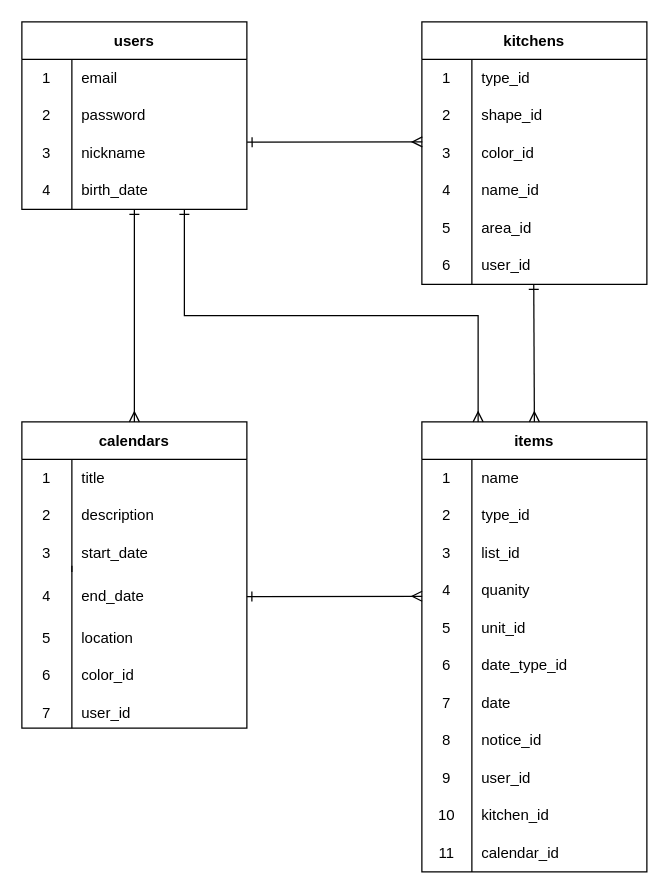
htn9sys/perpetual_kitchen keeps this draw.io diagram as ER図.dio. Above is the earlier version. Source tidied: cells renumbered, new cells numbered last; positions are measured from the earlier drawing's top-left corner, leaving out a move shared by most shapes. Both pictures are drawn from the tidied source at 125%, with x=0, y=0 at pixel (21, 21).
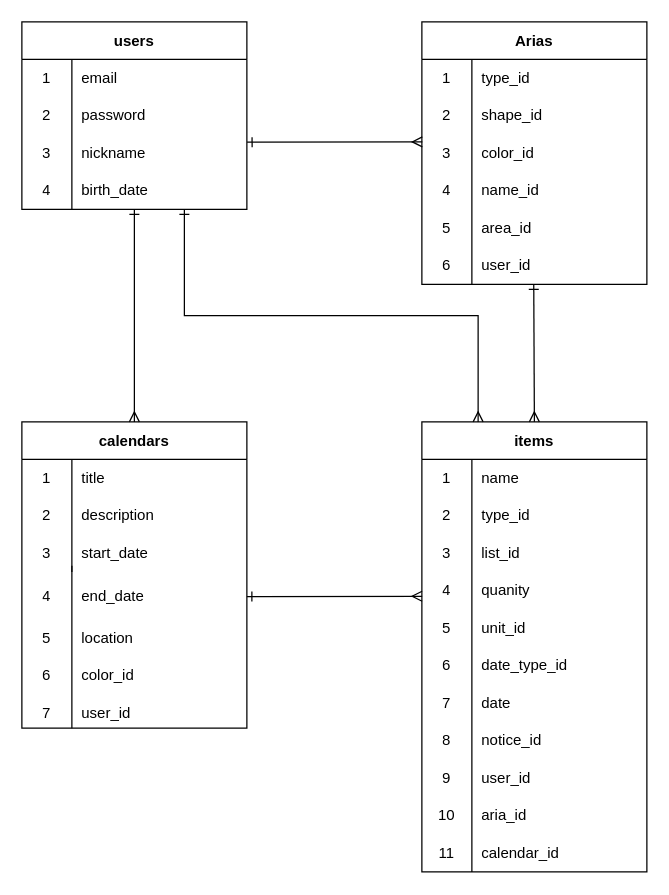
After the change.

What changed in the source:
```diff
@@
-    <mxCell id="15" value="kitchens" style="shape=table;startSize=30;childLayout=tableLayout;rowLines=0;fontStyle=1;strokeWidth=1;" parent="1" vertex="1">
+    <mxCell id="15" value="Arias" style="shape=table;startSize=30;childLayout=tableLayout;rowLines=0;fontStyle=1;strokeWidth=1;" parent="1" vertex="1">
       <mxGeometry x="320" width="180" height="210" as="geometry" />
     </mxCell>
@@
-    <mxCell id="78" value="kitchen_id" style="shape=partialRectangle;html=1;whiteSpace=wrap;fillColor=none;top=0;left=0;bottom=0;right=0;align=left;spacingLeft=6;overflow=hidden;strokeWidth=1;" parent="1" vertex="1">
+    <mxCell id="78" value="aria_id" style="shape=partialRectangle;html=1;whiteSpace=wrap;fillColor=none;top=0;left=0;bottom=0;right=0;align=left;spacingLeft=6;overflow=hidden;strokeWidth=1;" parent="1" vertex="1">
       <mxGeometry x="360" y="620" width="140" height="30" as="geometry" />
     </mxCell>
```
